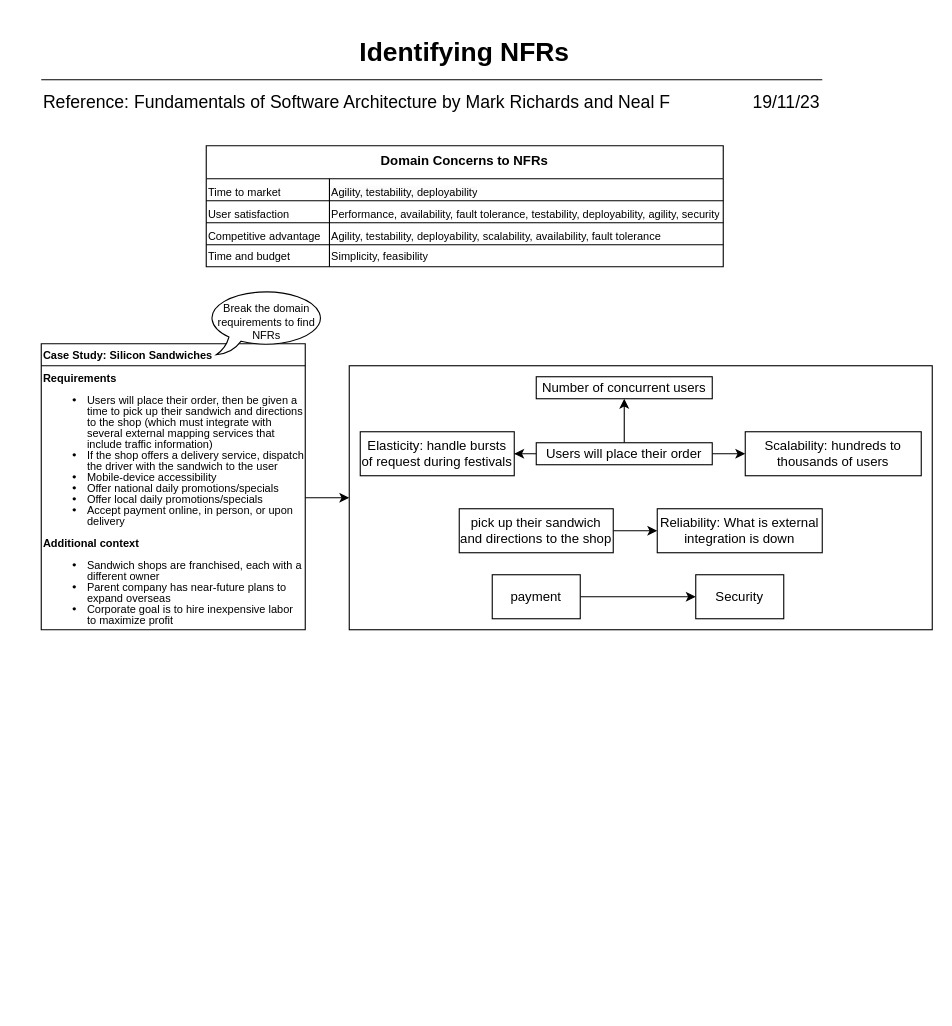
Earlier version of the draw.io diagram page "4.Requirements and NFRs" (5 of 6) of SolutionArchitectureProcess.drawio (Gaur4vGaur/probable-octo). Source tidied: cells renumbered, new cells numbered last; positions are measured from the earlier drawing's top-left corner, leaving out a move shared by most shapes. Both pictures are drawn from the tidied source at 110%, with x=0, y=0 at pixel (19, 35).
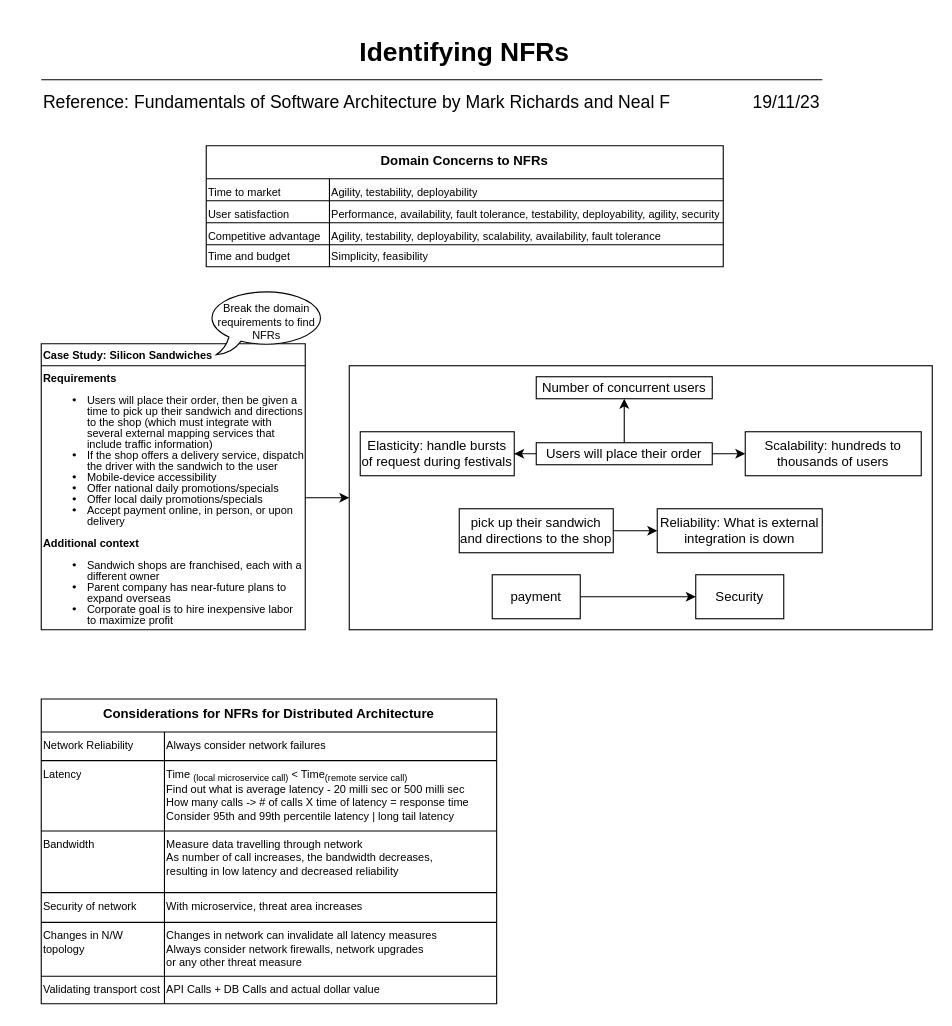
The same page after the edit.

Change to the diagram source:
```diff
@@
+    <mxCell id="40" value="Considerations for NFRs for Distributed Architecture" style="shape=table;startSize=30;childLayout=tableLayout;strokeColor=default;fontSize=12;fontStyle=1;verticalAlign=top;" parent="1" vertex="1">
+      <mxGeometry x="20" y="603" width="414" height="277" as="geometry" />
+    </mxCell>
+    <mxCell id="41" style="shape=tableRow;horizontal=0;startSize=0;swimlaneHead=0;swimlaneBody=0;strokeColor=inherit;top=0;left=0;bottom=0;right=0;fillColor=none;fontSize=16;" parent="40" vertex="1">
+      <mxGeometry y="30" width="414" height="26" as="geometry" />
+    </mxCell>
+    <mxCell id="42" value="Network Reliability" style="shape=partialRectangle;html=1;whiteSpace=wrap;strokeColor=inherit;overflow=hidden;fillColor=none;top=0;left=0;bottom=0;right=0;fontSize=10;verticalAlign=top;align=left;textDirection=ltr;" parent="41" vertex="1">
+      <mxGeometry width="112" height="26" as="geometry" />
+    </mxCell>
+    <mxCell id="43" value="&lt;span style=&quot;color: rgb(0, 0, 0); font-family: Helvetica; font-size: 10px; font-style: normal; font-variant-ligatures: normal; font-variant-caps: normal; font-weight: 400; letter-spacing: normal; orphans: 2; text-indent: 0px; text-transform: none; widows: 2; word-spacing: 0px; -webkit-text-stroke-width: 0px; background-color: rgb(251, 251, 251); text-decoration-thickness: initial; text-decoration-style: initial; text-decoration-color: initial; float: none; display: inline !important;&quot;&gt;Always consider network failures&lt;br&gt;&lt;/span&gt;" style="shape=partialRectangle;html=1;whiteSpace=wrap;strokeColor=inherit;overflow=hidden;fillColor=none;top=0;left=0;bottom=0;right=0;fontSize=10;verticalAlign=top;align=left;" parent="41" vertex="1">
+      <mxGeometry x="112" width="302" height="26" as="geometry" />
+    </mxCell>
+    <mxCell id="44" style="shape=tableRow;horizontal=0;startSize=0;swimlaneHead=0;swimlaneBody=0;strokeColor=inherit;top=0;left=0;bottom=0;right=0;fillColor=none;fontSize=16;verticalAlign=top;align=left;" parent="40" vertex="1">
+      <mxGeometry y="56" width="414" height="64" as="geometry" />
+    </mxCell>
+    <mxCell id="45" value="Latency" style="shape=partialRectangle;html=1;whiteSpace=wrap;strokeColor=inherit;overflow=hidden;fillColor=none;top=0;left=0;bottom=0;right=0;fontSize=10;verticalAlign=top;align=left;" parent="44" vertex="1">
+      <mxGeometry width="112" height="64" as="geometry" />
+    </mxCell>
+    <mxCell id="46" value="&lt;span style=&quot;background-color: initial;&quot;&gt;Time &lt;/span&gt;&lt;sub style=&quot;background-color: initial;&quot;&gt;(local microservice call)&lt;/sub&gt;&lt;span style=&quot;background-color: initial;&quot;&gt; &amp;lt; Time&lt;/span&gt;&lt;sub style=&quot;background-color: initial;&quot;&gt;(remote service call)&lt;br&gt;&lt;/sub&gt;&lt;span style=&quot;background-color: initial;&quot;&gt;Find out what is average latency - 20 milli sec or 500 milli sec&lt;br&gt;&lt;/span&gt;&lt;span style=&quot;background-color: initial;&quot;&gt;How many calls -&amp;gt; # of calls X time of latency = response time&lt;br&gt;&lt;/span&gt;&lt;span style=&quot;background-color: initial;&quot;&gt;Consider 95th and 99th percentile latency | long tail latency&lt;/span&gt;&lt;span style=&quot;background-color: initial;&quot;&gt;&lt;br&gt;&lt;/span&gt;" style="shape=partialRectangle;html=1;whiteSpace=wrap;strokeColor=inherit;overflow=hidden;fillColor=none;top=0;left=0;bottom=0;right=0;verticalAlign=top;align=left;fontSize=10;fontStyle=0;labelPosition=center;verticalLabelPosition=middle;" parent="44" vertex="1">
+      <mxGeometry x="112" width="302" height="64" as="geometry" />
+    </mxCell>
+    <mxCell id="47" style="shape=tableRow;horizontal=0;startSize=0;swimlaneHead=0;swimlaneBody=0;strokeColor=inherit;top=0;left=0;bottom=0;right=0;fillColor=none;fontSize=16;" parent="40" vertex="1">
+      <mxGeometry y="120" width="414" height="56" as="geometry" />
+    </mxCell>
+    <mxCell id="48" value="Bandwidth" style="shape=partialRectangle;html=1;whiteSpace=wrap;strokeColor=inherit;overflow=hidden;fillColor=none;top=0;left=0;bottom=0;right=0;fontSize=10;verticalAlign=top;align=left;labelPosition=center;verticalLabelPosition=middle;" parent="47" vertex="1">
+      <mxGeometry width="112" height="56" as="geometry" />
+    </mxCell>
+    <mxCell id="49" value="Measure data travelling through network&lt;br&gt;As number of call increases, the bandwidth decreases, &lt;br&gt;resulting in low latency and decreased reliability" style="shape=partialRectangle;html=1;whiteSpace=wrap;strokeColor=inherit;overflow=hidden;fillColor=none;top=0;left=0;bottom=0;right=0;fontSize=10;verticalAlign=top;align=left;" parent="47" vertex="1">
+      <mxGeometry x="112" width="302" height="56" as="geometry" />
+    </mxCell>
+    <mxCell id="50" style="shape=tableRow;horizontal=0;startSize=0;swimlaneHead=0;swimlaneBody=0;strokeColor=inherit;top=0;left=0;bottom=0;right=0;fillColor=none;fontSize=16;" parent="40" vertex="1">
+      <mxGeometry y="176" width="414" height="27" as="geometry" />
+    </mxCell>
+    <mxCell id="51" value="Security of network" style="shape=partialRectangle;html=1;whiteSpace=wrap;strokeColor=inherit;overflow=hidden;fillColor=none;top=0;left=0;bottom=0;right=0;fontSize=10;verticalAlign=top;align=left;" parent="50" vertex="1">
+      <mxGeometry width="112" height="27" as="geometry" />
+    </mxCell>
+    <mxCell id="52" value="With microservice, threat area increases" style="shape=partialRectangle;html=1;whiteSpace=wrap;strokeColor=inherit;overflow=hidden;fillColor=none;top=0;left=0;bottom=0;right=0;fontSize=10;verticalAlign=top;align=left;" parent="50" vertex="1">
+      <mxGeometry x="112" width="302" height="27" as="geometry" />
+    </mxCell>
+    <mxCell id="53" style="shape=tableRow;horizontal=0;startSize=0;swimlaneHead=0;swimlaneBody=0;strokeColor=inherit;top=0;left=0;bottom=0;right=0;fillColor=none;fontSize=16;" parent="40" vertex="1">
+      <mxGeometry y="203" width="414" height="49" as="geometry" />
+    </mxCell>
+    <mxCell id="54" value="Changes in N/W topology" style="shape=partialRectangle;html=1;whiteSpace=wrap;strokeColor=inherit;overflow=hidden;fillColor=none;top=0;left=0;bottom=0;right=0;fontSize=10;verticalAlign=top;align=left;" parent="53" vertex="1">
+      <mxGeometry width="112" height="49" as="geometry" />
+    </mxCell>
+    <mxCell id="55" value="Changes in network can invalidate all latency measures&lt;br&gt;Always consider network firewalls, network upgrades &lt;br&gt;or any other threat measure" style="shape=partialRectangle;html=1;whiteSpace=wrap;strokeColor=inherit;overflow=hidden;fillColor=none;top=0;left=0;bottom=0;right=0;fontSize=10;verticalAlign=top;align=left;" parent="53" vertex="1">
+      <mxGeometry x="112" width="302" height="49" as="geometry" />
+    </mxCell>
+    <mxCell id="56" style="shape=tableRow;horizontal=0;startSize=0;swimlaneHead=0;swimlaneBody=0;strokeColor=inherit;top=0;left=0;bottom=0;right=0;fillColor=none;fontSize=16;" parent="40" vertex="1">
+      <mxGeometry y="252" width="414" height="25" as="geometry" />
+    </mxCell>
+    <mxCell id="57" value="Validating transport cost" style="shape=partialRectangle;html=1;whiteSpace=wrap;strokeColor=inherit;overflow=hidden;fillColor=none;top=0;left=0;bottom=0;right=0;fontSize=10;verticalAlign=top;align=left;" parent="56" vertex="1">
+      <mxGeometry width="112" height="25" as="geometry" />
+    </mxCell>
+    <mxCell id="58" value="API Calls + DB Calls and actual dollar value" style="shape=partialRectangle;html=1;whiteSpace=wrap;strokeColor=inherit;overflow=hidden;fillColor=none;top=0;left=0;bottom=0;right=0;fontSize=10;verticalAlign=top;align=left;" parent="56" vertex="1">
+      <mxGeometry x="112" width="302" height="25" as="geometry" />
+    </mxCell>
```
